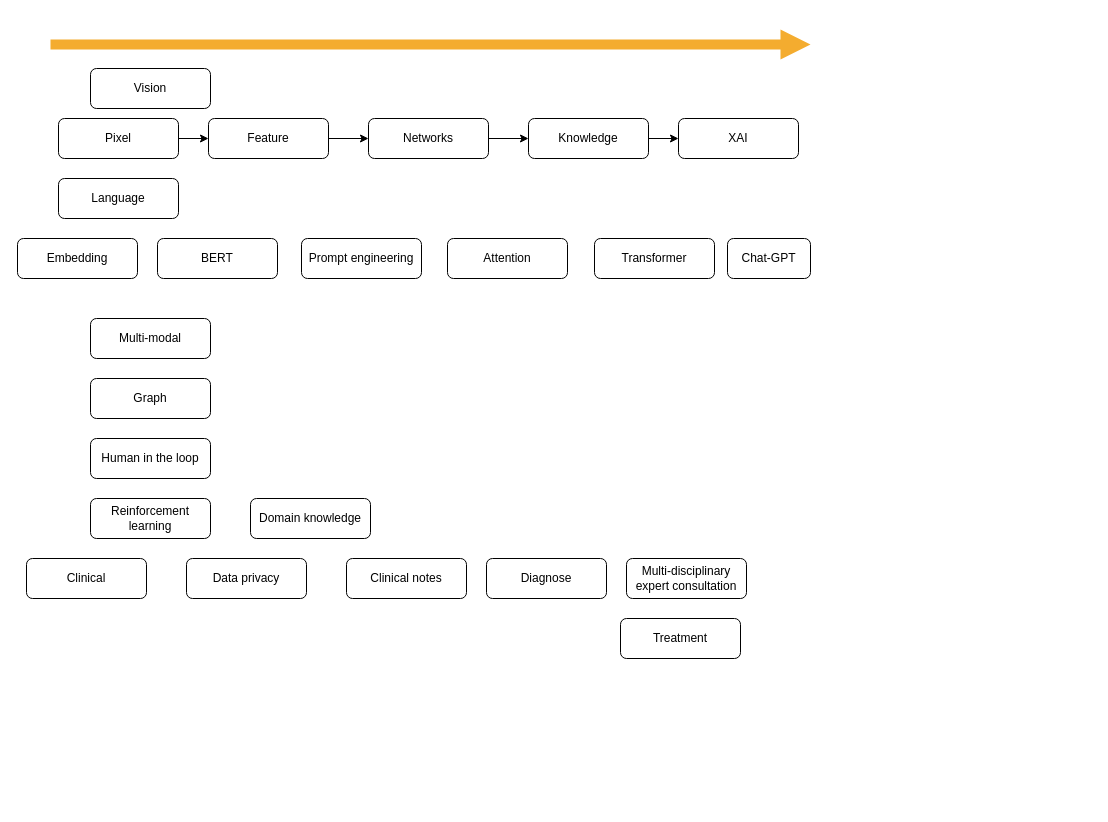
Earlier version of the draw.io diagram page "Career routine" (6 of 7) of Fig_CS/Figure-Factory.drawio (jizhang02/Figure-Factory). Source tidied: cells renumbered, new cells numbered last; positions are measured from the earlier drawing's top-left corner, leaving out a move shared by most shapes. Both pictures are drawn from the tidied source at 100%, with x=0, y=0 at pixel (17, 44).
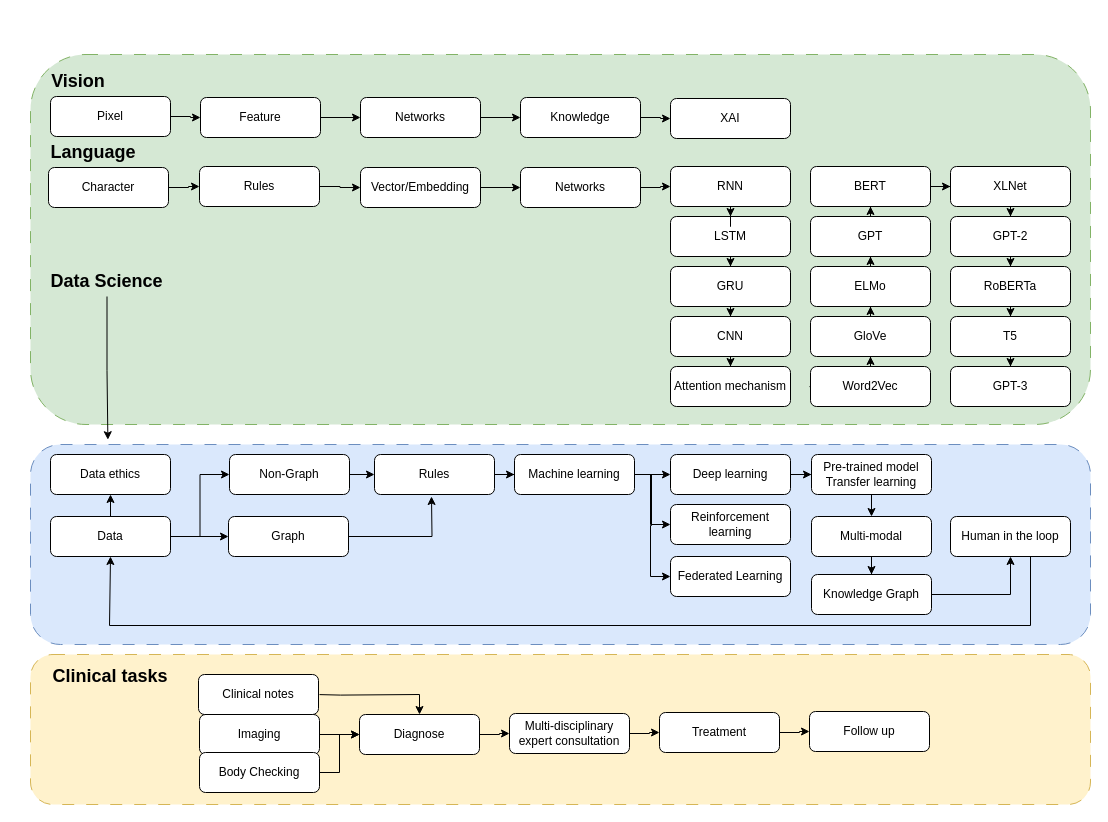
The same diagram, later.

Diff of the diagram source:
```diff
@@
+    <mxCell id="31" style="rounded=1;whiteSpace=wrap;html=1;fillColor=#fff2cc;strokeColor=#d6b656;dashed=1;dashPattern=12 12;" parent="1" vertex="1">
+      <mxGeometry x="13" y="610" width="1060" height="150" as="geometry" />
+    </mxCell>
+    <mxCell id="32" style="rounded=1;whiteSpace=wrap;html=1;fillColor=#dae8fc;strokeColor=#6c8ebf;dashed=1;dashPattern=12 12;" parent="1" vertex="1">
+      <mxGeometry x="13" y="400" width="1060" height="200" as="geometry" />
+    </mxCell>
+    <mxCell id="33" style="rounded=1;whiteSpace=wrap;html=1;fillColor=#d5e8d4;dashed=1;dashPattern=12 12;strokeColor=#82b366;" parent="1" vertex="1">
+      <mxGeometry x="13" y="10" width="1060" height="370" as="geometry" />
+    </mxCell>
@@
     <mxCell id="3" value="Pixel" style="rounded=1;whiteSpace=wrap;html=1;" parent="1" vertex="1">
-      <mxGeometry x="41" y="74" width="120" height="40" as="geometry" />
+      <mxGeometry x="33" y="52" width="120" height="40" as="geometry" />
     </mxCell>
@@
     <mxCell id="5" value="Feature" style="rounded=1;whiteSpace=wrap;html=1;" parent="1" vertex="1">
-      <mxGeometry x="191" y="74" width="120" height="40" as="geometry" />
+      <mxGeometry x="183" y="53" width="120" height="40" as="geometry" />
     </mxCell>
@@
     <mxCell id="7" value="Networks" style="rounded=1;whiteSpace=wrap;html=1;" parent="1" vertex="1">
-      <mxGeometry x="351" y="74" width="120" height="40" as="geometry" />
+      <mxGeometry x="343" y="53" width="120" height="40" as="geometry" />
     </mxCell>
@@
     <mxCell id="9" value="Knowledge" style="rounded=1;whiteSpace=wrap;html=1;" parent="1" vertex="1">
-      <mxGeometry x="511" y="74" width="120" height="40" as="geometry" />
+      <mxGeometry x="503" y="53" width="120" height="40" as="geometry" />
     </mxCell>
     <mxCell id="10" value="XAI" style="rounded=1;whiteSpace=wrap;html=1;" parent="1" vertex="1">
-      <mxGeometry x="661" y="74" width="120" height="40" as="geometry" />
+      <mxGeometry x="653" y="54" width="120" height="40" as="geometry" />
     </mxCell>
-    <mxCell id="11" value="Prompt engineering" style="rounded=1;whiteSpace=wrap;html=1;" parent="1" vertex="1">
-      <mxGeometry x="284" y="194" width="120" height="40" as="geometry" />
-    </mxCell>
+    <mxCell id="34" style="edgeStyle=orthogonalEdgeStyle;rounded=0;jettySize=auto;html=1;" parent="1" edge="1" source="18" target="83">
+      <mxGeometry relative="1" as="geometry" />
+    </mxCell>
+    <mxCell id="18" value="Multi-modal" style="rounded=1;whiteSpace=wrap;html=1;" parent="1" vertex="1">
+      <mxGeometry x="794" y="472" width="120" height="40" as="geometry" />
+    </mxCell>
+    <mxCell id="35" style="edgeStyle=orthogonalEdgeStyle;rounded=0;jettySize=auto;html=1;" parent="1" edge="1" source="19">
+      <mxGeometry relative="1" as="geometry">
+        <mxPoint x="414" y="452" as="targetPoint" />
+      </mxGeometry>
+    </mxCell>
+    <mxCell id="19" value="Graph" style="rounded=1;whiteSpace=wrap;html=1;" parent="1" vertex="1">
+      <mxGeometry x="211" y="472" width="120" height="40" as="geometry" />
+    </mxCell>
+    <mxCell id="36" style="edgeStyle=orthogonalEdgeStyle;rounded=0;jettySize=auto;html=1;entryX=0.5;entryY=1;entryDx=0;entryDy=0;" parent="1" edge="1" source="21" target="100">
+      <mxGeometry relative="1" as="geometry">
+        <Array as="points">
+          <mxPoint x="1013" y="581" />
+          <mxPoint x="92" y="581" />
+        </Array>
+      </mxGeometry>
+    </mxCell>
+    <mxCell id="21" value="Human in the loop" style="rounded=1;whiteSpace=wrap;html=1;" parent="1" vertex="1">
+      <mxGeometry x="933" y="472" width="120" height="40" as="geometry" />
+    </mxCell>
+    <mxCell id="22" value="Federated Learning" style="rounded=1;whiteSpace=wrap;html=1;" parent="1" vertex="1">
+      <mxGeometry x="653" y="512" width="120" height="40" as="geometry" />
+    </mxCell>
+    <mxCell id="37" style="edgeStyle=orthogonalEdgeStyle;rounded=0;jettySize=auto;html=1;entryX=0;entryY=0.5;entryDx=0;entryDy=0;" parent="1" edge="1" source="24" target="27">
+      <mxGeometry relative="1" as="geometry" />
+    </mxCell>
+    <mxCell id="24" value="Imaging" style="rounded=1;whiteSpace=wrap;html=1;" parent="1" vertex="1">
+      <mxGeometry x="182" y="670" width="120" height="40" as="geometry" />
+    </mxCell>
+    <mxCell id="38" style="edgeStyle=orthogonalEdgeStyle;rounded=0;jettySize=auto;html=1;" parent="1" edge="1" target="27">
+      <mxGeometry relative="1" as="geometry">
+        <mxPoint x="302" y="650.1" as="sourcePoint" />
+      </mxGeometry>
+    </mxCell>
+    <mxCell id="25" value="Clinical notes" style="rounded=1;whiteSpace=wrap;html=1;" parent="1" vertex="1">
+      <mxGeometry x="181" y="630" width="120" height="40" as="geometry" />
+    </mxCell>
+    <mxCell id="39" style="edgeStyle=orthogonalEdgeStyle;rounded=0;jettySize=auto;html=1;" parent="1" edge="1" source="27" target="28">
+      <mxGeometry relative="1" as="geometry" />
+    </mxCell>
+    <mxCell id="27" value="Diagnose" style="rounded=1;whiteSpace=wrap;html=1;" parent="1" vertex="1">
+      <mxGeometry x="342" y="670" width="120" height="40" as="geometry" />
+    </mxCell>
+    <mxCell id="40" style="edgeStyle=orthogonalEdgeStyle;rounded=0;jettySize=auto;html=1;" parent="1" edge="1" source="28" target="29">
+      <mxGeometry relative="1" as="geometry" />
+    </mxCell>
+    <mxCell id="28" value="Multi-disciplinary expert consultation" style="rounded=1;whiteSpace=wrap;html=1;" parent="1" vertex="1">
+      <mxGeometry x="492" y="669" width="120" height="40" as="geometry" />
+    </mxCell>
+    <mxCell id="41" style="edgeStyle=orthogonalEdgeStyle;rounded=0;jettySize=auto;html=1;" parent="1" edge="1" source="29" target="93">
+      <mxGeometry relative="1" as="geometry" />
+    </mxCell>
+    <mxCell id="29" value="Treatment" style="rounded=1;whiteSpace=wrap;html=1;" parent="1" vertex="1">
+      <mxGeometry x="642" y="668" width="120" height="40" as="geometry" />
+    </mxCell>
+    <mxCell id="42" style="edgeStyle=orthogonalEdgeStyle;rounded=0;jettySize=auto;html=1;" parent="1" edge="1" source="43" target="45">
+      <mxGeometry relative="1" as="geometry" />
+    </mxCell>
+    <mxCell id="43" value="LSTM" style="rounded=1;whiteSpace=wrap;html=1;" parent="1" vertex="1">
+      <mxGeometry x="653" y="172" width="120" height="40" as="geometry" />
+    </mxCell>
+    <mxCell id="44" style="edgeStyle=orthogonalEdgeStyle;rounded=0;jettySize=auto;html=1;" parent="1" edge="1" source="45" target="47">
+      <mxGeometry relative="1" as="geometry" />
+    </mxCell>
+    <mxCell id="45" value="GRU" style="rounded=1;whiteSpace=wrap;html=1;" parent="1" vertex="1">
+      <mxGeometry x="653" y="222" width="120" height="40" as="geometry" />
+    </mxCell>
+    <mxCell id="46" style="edgeStyle=orthogonalEdgeStyle;rounded=0;jettySize=auto;html=1;" parent="1" edge="1" source="47" target="59">
+      <mxGeometry relative="1" as="geometry" />
+    </mxCell>
+    <mxCell id="47" value="CNN" style="rounded=1;whiteSpace=wrap;html=1;" parent="1" vertex="1">
+      <mxGeometry x="653" y="272" width="120" height="40" as="geometry" />
+    </mxCell>
+    <mxCell id="48" style="edgeStyle=orthogonalEdgeStyle;rounded=0;jettySize=auto;html=1;" parent="1" edge="1" source="49" target="51">
+      <mxGeometry relative="1" as="geometry" />
+    </mxCell>
+    <mxCell id="49" value="Character" style="rounded=1;whiteSpace=wrap;html=1;" parent="1" vertex="1">
+      <mxGeometry x="31" y="123" width="120" height="40" as="geometry" />
+    </mxCell>
+    <mxCell id="50" style="edgeStyle=orthogonalEdgeStyle;rounded=0;jettySize=auto;html=1;" parent="1" edge="1" source="51" target="53">
+      <mxGeometry relative="1" as="geometry" />
+    </mxCell>
+    <mxCell id="51" value="Rules" style="rounded=1;whiteSpace=wrap;html=1;" parent="1" vertex="1">
+      <mxGeometry x="182" y="122" width="120" height="40" as="geometry" />
+    </mxCell>
+    <mxCell id="52" style="edgeStyle=orthogonalEdgeStyle;rounded=0;jettySize=auto;html=1;" parent="1" edge="1" source="53" target="55">
+      <mxGeometry relative="1" as="geometry" />
+    </mxCell>
+    <mxCell id="53" value="Vector/Embedding" style="rounded=1;whiteSpace=wrap;html=1;" parent="1" vertex="1">
+      <mxGeometry x="343" y="123" width="120" height="40" as="geometry" />
+    </mxCell>
+    <mxCell id="54" style="edgeStyle=orthogonalEdgeStyle;rounded=0;jettySize=auto;html=1;entryX=0;entryY=0.5;entryDx=0;entryDy=0;" parent="1" edge="1" source="55" target="57">
+      <mxGeometry relative="1" as="geometry" />
+    </mxCell>
+    <mxCell id="55" value="Networks" style="rounded=1;whiteSpace=wrap;html=1;" parent="1" vertex="1">
+      <mxGeometry x="503" y="123" width="120" height="40" as="geometry" />
+    </mxCell>
+    <mxCell id="56" style="edgeStyle=orthogonalEdgeStyle;rounded=0;jettySize=auto;html=1;" parent="1" edge="1" source="57" target="43">
+      <mxGeometry relative="1" as="geometry" />
+    </mxCell>
+    <mxCell id="57" value="RNN" style="rounded=1;whiteSpace=wrap;html=1;" parent="1" vertex="1">
+      <mxGeometry x="653" y="122" width="120" height="40" as="geometry" />
+    </mxCell>
+    <mxCell id="58" style="edgeStyle=orthogonalEdgeStyle;rounded=0;orthogonalLoop=1;jettySize=auto;html=1;" parent="1" edge="1">
+      <mxGeometry relative="1" as="geometry">
+        <mxPoint x="792" y="342.1" as="sourcePoint" />
+        <mxPoint x="812" y="342.1" as="targetPoint" />
+      </mxGeometry>
+    </mxCell>
+    <mxCell id="59" value="Attention mechanism" style="rounded=1;whiteSpace=wrap;html=1;" parent="1" vertex="1">
+      <mxGeometry x="653" y="322" width="120" height="40" as="geometry" />
+    </mxCell>
+    <mxCell id="60" style="edgeStyle=orthogonalEdgeStyle;rounded=0;jettySize=auto;html=1;" parent="1" edge="1" source="61" target="63">
+      <mxGeometry relative="1" as="geometry" />
+    </mxCell>
+    <mxCell id="61" value="Word2Vec" style="rounded=1;whiteSpace=wrap;html=1;" parent="1" vertex="1">
+      <mxGeometry x="793" y="322" width="120" height="40" as="geometry" />
+    </mxCell>
+    <mxCell id="62" style="edgeStyle=orthogonalEdgeStyle;rounded=0;jettySize=auto;html=1;" parent="1" edge="1" source="63" target="65">
+      <mxGeometry relative="1" as="geometry" />
+    </mxCell>
+    <mxCell id="63" value="GloVe" style="rounded=1;whiteSpace=wrap;html=1;" parent="1" vertex="1">
+      <mxGeometry x="793" y="272" width="120" height="40" as="geometry" />
+    </mxCell>
+    <mxCell id="64" style="edgeStyle=orthogonalEdgeStyle;rounded=0;jettySize=auto;html=1;" parent="1" edge="1" source="65" target="67">
+      <mxGeometry relative="1" as="geometry" />
+    </mxCell>
+    <mxCell id="65" value="ELMo" style="rounded=1;whiteSpace=wrap;html=1;" parent="1" vertex="1">
+      <mxGeometry x="793" y="222" width="120" height="40" as="geometry" />
+    </mxCell>
+    <mxCell id="66" style="edgeStyle=orthogonalEdgeStyle;rounded=0;jettySize=auto;html=1;" parent="1" edge="1" source="67" target="15">
+      <mxGeometry relative="1" as="geometry" />
+    </mxCell>
+    <mxCell id="67" value="GPT" style="rounded=1;whiteSpace=wrap;html=1;" parent="1" vertex="1">
+      <mxGeometry x="793" y="172" width="120" height="40" as="geometry" />
+    </mxCell>
+    <mxCell id="68" style="edgeStyle=orthogonalEdgeStyle;rounded=0;jettySize=auto;html=1;" parent="1" edge="1" source="15" target="70">
+      <mxGeometry relative="1" as="geometry" />
+    </mxCell>
+    <mxCell id="15" value="BERT" style="rounded=1;whiteSpace=wrap;html=1;" parent="1" vertex="1">
+      <mxGeometry x="793" y="122" width="120" height="40" as="geometry" />
+    </mxCell>
+    <mxCell id="69" style="edgeStyle=orthogonalEdgeStyle;rounded=0;jettySize=auto;html=1;" parent="1" edge="1" source="70" target="72">
+      <mxGeometry relative="1" as="geometry" />
+    </mxCell>
+    <mxCell id="70" value="XLNet" style="rounded=1;whiteSpace=wrap;html=1;" parent="1" vertex="1">
+      <mxGeometry x="933" y="122" width="120" height="40" as="geometry" />
+    </mxCell>
+    <mxCell id="71" style="edgeStyle=orthogonalEdgeStyle;rounded=0;jettySize=auto;html=1;" parent="1" edge="1" source="72" target="74">
+      <mxGeometry relative="1" as="geometry" />
+    </mxCell>
+    <mxCell id="72" value="GPT-2" style="rounded=1;whiteSpace=wrap;html=1;" parent="1" vertex="1">
+      <mxGeometry x="933" y="172" width="120" height="40" as="geometry" />
+    </mxCell>
+    <mxCell id="73" style="edgeStyle=orthogonalEdgeStyle;rounded=0;jettySize=auto;html=1;" parent="1" edge="1" source="74" target="76">
+      <mxGeometry relative="1" as="geometry" />
+    </mxCell>
+    <mxCell id="74" value="RoBERTa" style="rounded=1;whiteSpace=wrap;html=1;" parent="1" vertex="1">
+      <mxGeometry x="933" y="222" width="120" height="40" as="geometry" />
+    </mxCell>
+    <mxCell id="75" style="edgeStyle=orthogonalEdgeStyle;rounded=0;jettySize=auto;html=1;" parent="1" edge="1" source="76" target="77">
+      <mxGeometry relative="1" as="geometry" />
+    </mxCell>
+    <mxCell id="76" value="T5" style="rounded=1;whiteSpace=wrap;html=1;" parent="1" vertex="1">
+      <mxGeometry x="933" y="272" width="120" height="40" as="geometry" />
+    </mxCell>
+    <mxCell id="77" value="GPT-3" style="rounded=1;whiteSpace=wrap;html=1;" parent="1" vertex="1">
+      <mxGeometry x="933" y="322" width="120" height="40" as="geometry" />
+    </mxCell>
+    <mxCell id="78" style="edgeStyle=orthogonalEdgeStyle;rounded=0;jettySize=auto;html=1;" parent="1" edge="1" source="79" target="18">
+      <mxGeometry relative="1" as="geometry" />
+    </mxCell>
+    <mxCell id="79" value="Pre-trained model&lt;br&gt;Transfer learning" style="rounded=1;whiteSpace=wrap;html=1;" parent="1" vertex="1">
+      <mxGeometry x="794" y="410" width="120" height="40" as="geometry" />
+    </mxCell>
+    <mxCell id="80" style="edgeStyle=orthogonalEdgeStyle;rounded=0;jettySize=auto;html=1;" parent="1" edge="1" source="81" target="79">
+      <mxGeometry relative="1" as="geometry" />
+    </mxCell>
+    <mxCell id="81" value="Deep learning" style="rounded=1;whiteSpace=wrap;html=1;" parent="1" vertex="1">
+      <mxGeometry x="653" y="410" width="120" height="40" as="geometry" />
+    </mxCell>
+    <mxCell id="82" style="edgeStyle=orthogonalEdgeStyle;rounded=0;jettySize=auto;html=1;" parent="1" edge="1" source="83" target="21">
+      <mxGeometry relative="1" as="geometry" />
+    </mxCell>
+    <mxCell id="83" value="Knowledge Graph" style="rounded=1;whiteSpace=wrap;html=1;" parent="1" vertex="1">
+      <mxGeometry x="794" y="530" width="120" height="40" as="geometry" />
+    </mxCell>
+    <mxCell id="84" style="edgeStyle=orthogonalEdgeStyle;rounded=0;jettySize=auto;html=1;" parent="1" edge="1" source="87" target="81">
+      <mxGeometry relative="1" as="geometry" />
+    </mxCell>
+    <mxCell id="85" style="edgeStyle=orthogonalEdgeStyle;rounded=0;jettySize=auto;html=1;entryX=0;entryY=0.5;entryDx=0;entryDy=0;" parent="1" edge="1" source="87" target="92">
+      <mxGeometry relative="1" as="geometry">
+        <Array as="points">
+          <mxPoint x="633" y="430" />
+          <mxPoint x="633" y="480" />
+        </Array>
+      </mxGeometry>
+    </mxCell>
+    <mxCell id="86" style="edgeStyle=orthogonalEdgeStyle;rounded=0;jettySize=auto;html=1;entryX=0;entryY=0.5;entryDx=0;entryDy=0;" parent="1" edge="1" source="87" target="22">
+      <mxGeometry relative="1" as="geometry">
+        <Array as="points">
+          <mxPoint x="634" y="430" />
+          <mxPoint x="634" y="481" />
+          <mxPoint x="633" y="532" />
+        </Array>
+      </mxGeometry>
+    </mxCell>
+    <mxCell id="87" value="Machine learning" style="rounded=1;whiteSpace=wrap;html=1;" parent="1" vertex="1">
+      <mxGeometry x="497" y="410" width="120" height="40" as="geometry" />
+    </mxCell>
+    <mxCell id="88" style="edgeStyle=orthogonalEdgeStyle;rounded=0;jettySize=auto;html=1;" parent="1" edge="1" source="89" target="87">
+      <mxGeometry relative="1" as="geometry" />
+    </mxCell>
+    <mxCell id="89" value="Rules" style="rounded=1;whiteSpace=wrap;html=1;" parent="1" vertex="1">
+      <mxGeometry x="357" y="410" width="120" height="40" as="geometry" />
+    </mxCell>
+    <mxCell id="90" style="edgeStyle=orthogonalEdgeStyle;rounded=0;jettySize=auto;html=1;entryX=0;entryY=0.5;entryDx=0;entryDy=0;" parent="1" edge="1" source="91" target="89">
+      <mxGeometry relative="1" as="geometry" />
+    </mxCell>
+    <mxCell id="91" value="Non-Graph" style="rounded=1;whiteSpace=wrap;html=1;" parent="1" vertex="1">
+      <mxGeometry x="212" y="410" width="120" height="40" as="geometry" />
+    </mxCell>
+    <mxCell id="92" value="Reinforcement learning" style="rounded=1;whiteSpace=wrap;html=1;" parent="1" vertex="1">
+      <mxGeometry x="653" y="460" width="120" height="40" as="geometry" />
+    </mxCell>
+    <mxCell id="93" value="Follow up" style="rounded=1;whiteSpace=wrap;html=1;" parent="1" vertex="1">
+      <mxGeometry x="792" y="667" width="120" height="40" as="geometry" />
+    </mxCell>
+    <mxCell id="94" style="edgeStyle=orthogonalEdgeStyle;rounded=0;jettySize=auto;html=1;entryX=0;entryY=0.5;entryDx=0;entryDy=0;" parent="1" edge="1" source="95" target="27">
+      <mxGeometry relative="1" as="geometry" />
+    </mxCell>
+    <mxCell id="95" value="Body Checking" style="rounded=1;whiteSpace=wrap;html=1;" parent="1" vertex="1">
+      <mxGeometry x="182" y="708" width="120" height="40" as="geometry" />
+    </mxCell>
+    <mxCell id="96" value="Data ethics" style="rounded=1;whiteSpace=wrap;html=1;" parent="1" vertex="1">
+      <mxGeometry x="33" y="410" width="120" height="40" as="geometry" />
+    </mxCell>
+    <mxCell id="97" style="edgeStyle=orthogonalEdgeStyle;rounded=0;jettySize=auto;html=1;" parent="1" edge="1" source="100" target="96">
+      <mxGeometry relative="1" as="geometry" />
+    </mxCell>
+    <mxCell id="98" style="edgeStyle=orthogonalEdgeStyle;rounded=0;jettySize=auto;html=1;entryX=0;entryY=0.5;entryDx=0;entryDy=0;" parent="1" edge="1" source="100" target="91">
+      <mxGeometry relative="1" as="geometry" />
+    </mxCell>
+    <mxCell id="99" style="edgeStyle=orthogonalEdgeStyle;rounded=0;jettySize=auto;html=1;entryX=0;entryY=0.5;entryDx=0;entryDy=0;" parent="1" edge="1" source="100" target="19">
+      <mxGeometry relative="1" as="geometry" />
+    </mxCell>
+    <mxCell id="100" value="Data" style="rounded=1;whiteSpace=wrap;html=1;" parent="1" vertex="1">
+      <mxGeometry x="33" y="472" width="120" height="40" as="geometry" />
+    </mxCell>
-    <mxCell id="12" value="Vision" style="rounded=1;whiteSpace=wrap;html=1;" parent="1" vertex="1">
-      <mxGeometry x="73" y="24" width="120" height="40" as="geometry" />
+    <mxCell id="12" value="&lt;b&gt;&lt;font style=&quot;font-size: 18px;&quot;&gt;Vision&lt;/font&gt;&lt;/b&gt;" style="text;html=1;strokeColor=none;fillColor=none;align=center;verticalAlign=middle;whiteSpace=wrap;rounded=0;" parent="1" vertex="1">
+      <mxGeometry x="31" y="22" width="60" height="30" as="geometry" />
     </mxCell>
-    <mxCell id="13" value="Language" style="rounded=1;whiteSpace=wrap;html=1;" parent="1" vertex="1">
-      <mxGeometry x="41" y="134" width="120" height="40" as="geometry" />
+    <mxCell id="13" value="&lt;b&gt;&lt;font style=&quot;font-size: 18px;&quot;&gt;Language&lt;/font&gt;&lt;/b&gt;" style="text;html=1;strokeColor=none;fillColor=none;align=center;verticalAlign=middle;whiteSpace=wrap;rounded=0;" parent="1" vertex="1">
+      <mxGeometry x="46" y="93" width="60" height="30" as="geometry" />
     </mxCell>
-    <mxCell id="14" value="Embedding" style="rounded=1;whiteSpace=wrap;html=1;" parent="1" vertex="1">
-      <mxGeometry y="194" width="120" height="40" as="geometry" />
-    </mxCell>
-    <mxCell id="15" value="BERT" style="rounded=1;whiteSpace=wrap;html=1;" parent="1" vertex="1">
-      <mxGeometry x="140" y="194" width="120" height="40" as="geometry" />
-    </mxCell>
-    <mxCell id="16" value="Attention" style="rounded=1;whiteSpace=wrap;html=1;" parent="1" vertex="1">
-      <mxGeometry x="430" y="194" width="120" height="40" as="geometry" />
-    </mxCell>
-    <mxCell id="17" value="Transformer" style="rounded=1;whiteSpace=wrap;html=1;" parent="1" vertex="1">
-      <mxGeometry x="577" y="194" width="120" height="40" as="geometry" />
-    </mxCell>
-    <mxCell id="18" value="Multi-modal" style="rounded=1;whiteSpace=wrap;html=1;" parent="1" vertex="1">
-      <mxGeometry x="73" y="274" width="120" height="40" as="geometry" />
-    </mxCell>
-    <mxCell id="19" value="Graph" style="rounded=1;whiteSpace=wrap;html=1;" parent="1" vertex="1">
-      <mxGeometry x="73" y="334" width="120" height="40" as="geometry" />
-    </mxCell>
-    <mxCell id="20" value="Chat-GPT" style="rounded=1;whiteSpace=wrap;html=1;" parent="1" vertex="1">
-      <mxGeometry x="710" y="194" width="83" height="40" as="geometry" />
-    </mxCell>
-    <mxCell id="21" value="Human in the loop" style="rounded=1;whiteSpace=wrap;html=1;" parent="1" vertex="1">
-      <mxGeometry x="73" y="394" width="120" height="40" as="geometry" />
-    </mxCell>
-    <mxCell id="22" value="Reinforcement learning" style="rounded=1;whiteSpace=wrap;html=1;" parent="1" vertex="1">
-      <mxGeometry x="73" y="454" width="120" height="40" as="geometry" />
-    </mxCell>
-    <mxCell id="23" value="Clinical" style="rounded=1;whiteSpace=wrap;html=1;" parent="1" vertex="1">
-      <mxGeometry x="9" y="514" width="120" height="40" as="geometry" />
-    </mxCell>
-    <mxCell id="24" value="Data privacy" style="rounded=1;whiteSpace=wrap;html=1;" parent="1" vertex="1">
-      <mxGeometry x="169" y="514" width="120" height="40" as="geometry" />
-    </mxCell>
-    <mxCell id="25" value="Clinical notes" style="rounded=1;whiteSpace=wrap;html=1;" parent="1" vertex="1">
-      <mxGeometry x="329" y="514" width="120" height="40" as="geometry" />
-    </mxCell>
-    <mxCell id="26" value="Domain knowledge" style="rounded=1;whiteSpace=wrap;html=1;" parent="1" vertex="1">
-      <mxGeometry x="233" y="454" width="120" height="40" as="geometry" />
-    </mxCell>
-    <mxCell id="27" value="Diagnose" style="rounded=1;whiteSpace=wrap;html=1;" parent="1" vertex="1">
-      <mxGeometry x="469" y="514" width="120" height="40" as="geometry" />
-    </mxCell>
-    <mxCell id="28" value="Multi-disciplinary expert consultation" style="rounded=1;whiteSpace=wrap;html=1;" parent="1" vertex="1">
-      <mxGeometry x="609" y="514" width="120" height="40" as="geometry" />
-    </mxCell>
-    <mxCell id="29" value="Treatment" style="rounded=1;whiteSpace=wrap;html=1;" parent="1" vertex="1">
-      <mxGeometry x="603" y="574" width="120" height="40" as="geometry" />
-    </mxCell>
-    <mxCell id="30" style="endArrow=classic;html=1;rounded=0;strokeWidth=12;shape=arrow;strokeColor=none;fillColor=#f4ac2f;fillStyle=auto;gradientColor=none;" parent="1" edge="1">
-      <mxGeometry relative="1" as="geometry">
-        <mxPoint x="33" as="sourcePoint" />
-        <mxPoint x="793" as="targetPoint" />
-      </mxGeometry>
-    </mxCell>
+    <mxCell id="101" value="&lt;font style=&quot;font-size: 18px;&quot;&gt;&lt;b&gt;Clinical tasks&lt;/b&gt;&lt;/font&gt;" style="text;html=1;strokeColor=none;fillColor=none;align=center;verticalAlign=middle;whiteSpace=wrap;rounded=0;" parent="1" vertex="1">
+      <mxGeometry x="33" y="617" width="120" height="30" as="geometry" />
+    </mxCell>
+    <mxCell id="102" style="edgeStyle=orthogonalEdgeStyle;rounded=0;jettySize=auto;html=1;entryX=0.073;entryY=-0.024;entryDx=0;entryDy=0;entryPerimeter=0;" parent="1" edge="1" source="103" target="32">
+      <mxGeometry relative="1" as="geometry" />
+    </mxCell>
+    <mxCell id="103" value="&lt;b&gt;&lt;font style=&quot;font-size: 18px;&quot;&gt;Data Science&lt;/font&gt;&lt;/b&gt;" style="text;html=1;strokeColor=none;fillColor=none;align=center;verticalAlign=middle;whiteSpace=wrap;rounded=0;" parent="1" vertex="1">
+      <mxGeometry x="31" y="222" width="117" height="30" as="geometry" />
+    </mxCell>
```
